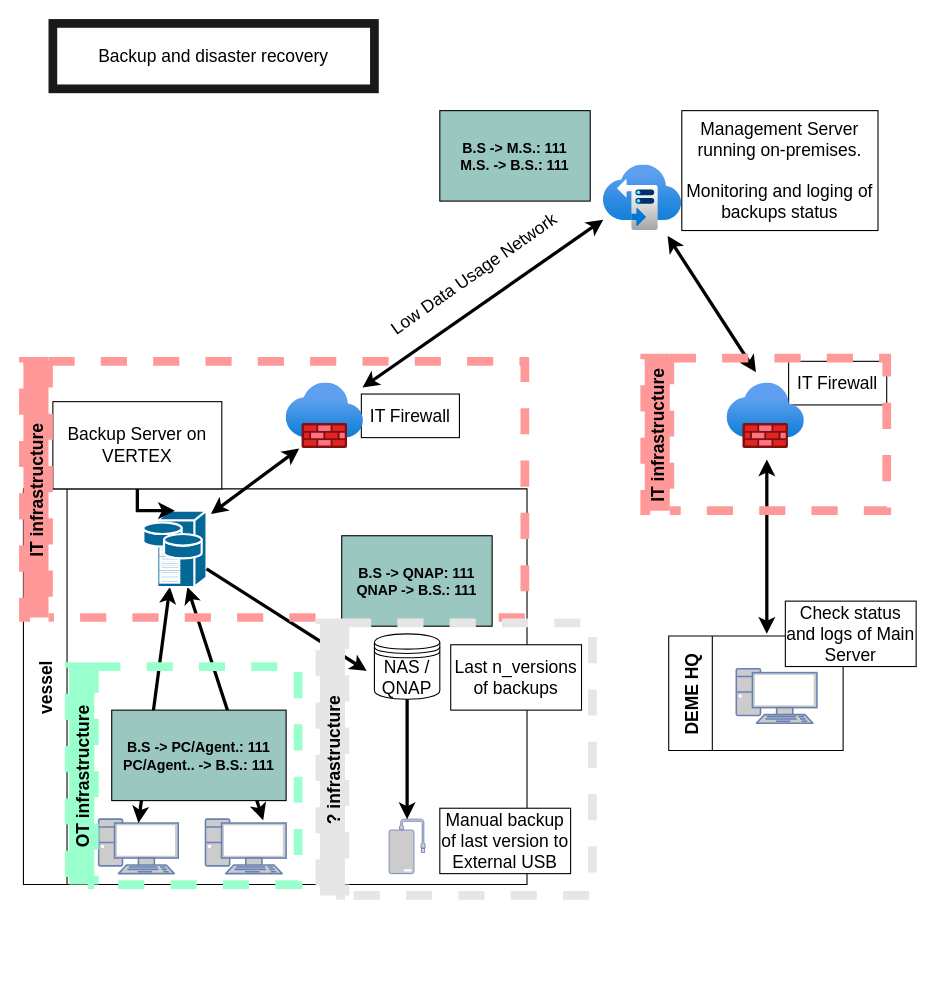
The draw.io diagram page "Page-5" (5 of 6) of Untitled Diagram.drawio in Wkurylo/docker_kubernetes_diagrams, before the edit. Source tidied: cells renumbered, new cells numbered last; positions are measured from the earlier drawing's top-left corner, leaving out a move shared by most shapes. Both pictures are drawn from the tidied source at 109%, with x=0, y=0 at pixel (23, 23).
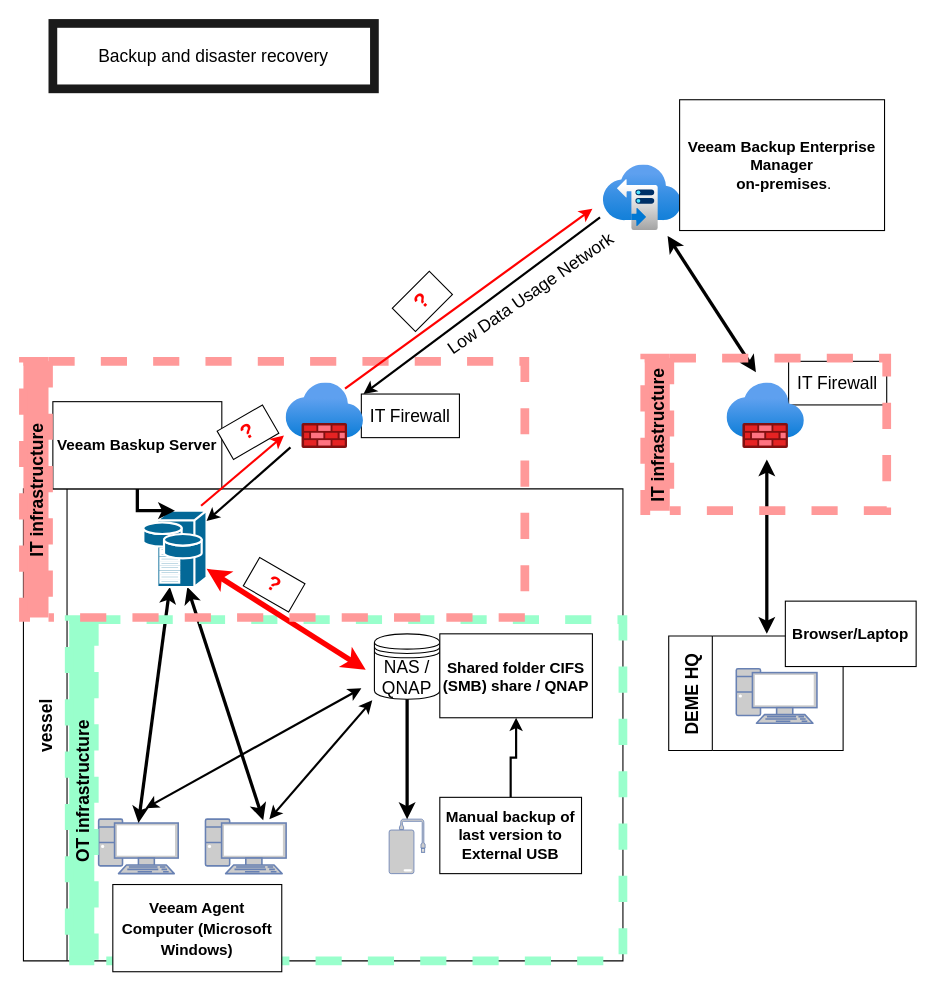
The same page after the edit.

The change refers to these unchanged cells:
```xml
<mxCell id="3" value="NAS / QNAP" style="shape=datastore;whiteSpace=wrap;html=1;fontSize=16;" parent="2" vertex="1">
  <mxGeometry x="322" y="133" width="60" height="60" as="geometry" />
</mxCell>
<mxCell id="5" style="fontColor=#0066CC;verticalAlign=top;verticalLabelPosition=bottom;labelPosition=center;align=center;html=1;outlineConnect=0;fillColor=#CCCCCC;strokeColor=#6881B3;gradientColor=none;gradientDirection=north;strokeWidth=2;shape=mxgraph.networks.pc;fontSize=16;" parent="2" vertex="1">
  <mxGeometry x="167" y="303" width="74" height="50" as="geometry" />
</mxCell>
<mxCell id="9" style="shape=mxgraph.cisco.servers.storage_server;sketch=0;html=1;dashed=0;fillColor=#036897;strokeColor=#ffffff;strokeWidth=2;verticalLabelPosition=bottom;verticalAlign=top;align=center;outlineConnect=0;fontSize=16;" parent="2" vertex="1">
  <mxGeometry x="110" y="20" width="58" height="70" as="geometry" />
</mxCell>
<mxCell id="19" style="html=1;points=[];align=center;image;fontSize=12;image=img/lib/azure2/storage/Storage_Sync_Services.svg;" parent="1" vertex="1">
  <mxGeometry x="532" y="130" width="72" height="60" as="geometry" />
</mxCell>
<mxCell id="30" value="IT infrastructure" style="swimlane;horizontal=0;dashed=1;labelBackgroundColor=none;fontSize=16;fontColor=default;fillColor=#FF9999;gradientColor=none;strokeColor=#FF9999;strokeWidth=8;" parent="1" vertex="1">
  <mxGeometry y="310" width="460" height="235" as="geometry" />
</mxCell>
<mxCell id="31" style="html=1;points=[];align=center;image;fontSize=12;image=img/lib/azure2/networking/Firewalls.svg;" parent="30" vertex="1">
  <mxGeometry x="241" y="20" width="71" height="60" as="geometry" />
</mxCell>
```

The edit, as a diff of the source:
```diff
@@
     <mxCell id="2" value="vessel" style="swimlane;horizontal=0;startSize=40;fontSize=16;" parent="1" vertex="1">
-      <mxGeometry y="427" width="462" height="363" as="geometry" />
+      <mxGeometry y="427" width="550" height="433" as="geometry" />
     </mxCell>
@@
-    <mxCell id="10" style="endArrow=classic;html=1;rounded=0;fontSize=16;entryX=-0.117;entryY=0.567;entryDx=0;entryDy=0;entryPerimeter=0;strokeWidth=3;" parent="2" edge="1" source="9" target="3">
-      <mxGeometry relative="1" as="geometry" />
-    </mxCell>
@@
     <mxCell id="12" value="OT infrastructure" style="swimlane;horizontal=0;dashed=1;labelBackgroundColor=none;fontSize=16;fontColor=default;fillColor=#99FFCC;gradientColor=none;strokeColor=#99FFCC;strokeWidth=8;" parent="2" vertex="1">
-      <mxGeometry x="42" y="163" width="210" height="200" as="geometry" />
+      <mxGeometry x="42" y="120" width="508" height="313" as="geometry" />
     </mxCell>
-    <mxCell id="13" value="&lt;div style=&quot;font-size: 13px&quot;&gt;B.S -&amp;gt; PC/Agent.: 111&lt;br style=&quot;font-size: 13px&quot;&gt;&lt;/div&gt;&lt;div style=&quot;font-size: 13px&quot;&gt;PC/Agent.. -&amp;gt; B.S.: 111&lt;br style=&quot;font-size: 13px&quot;&gt;&lt;/div&gt;" style="rounded=0;whiteSpace=wrap;html=1;fillColor=#9AC7BF;fontStyle=1;fontSize=13;" parent="12" vertex="1">
-      <mxGeometry x="39" y="40" width="160" height="83" as="geometry" />
-    </mxCell>
+    <mxCell id="38" style="endArrow=classic;startArrow=classic;html=1;rounded=0;fontSize=19;fontColor=#FF0000;strokeColor=#000000;strokeWidth=2;entryX=-0.033;entryY=1.017;entryDx=0;entryDy=0;entryPerimeter=0;" parent="12" edge="1">
+      <mxGeometry relative="1" as="geometry">
+        <mxPoint x="70" y="173" as="sourcePoint" />
+        <mxPoint x="268" y="63" as="targetPoint" />
+      </mxGeometry>
+    </mxCell>
+    <mxCell id="15" value="&lt;b style=&quot;font-size: 14px;&quot;&gt;Shared folder CIFS (SMB) share / QNAP&lt;/b&gt;" style="rounded=0;whiteSpace=wrap;html=1;fontSize=14;" parent="12" vertex="1">
+      <mxGeometry x="340" y="13" width="140" height="77" as="geometry" />
+    </mxCell>
+    <mxCell id="39" value="&lt;font style=&quot;font-size: 14px&quot;&gt;&lt;b&gt;Veeam Agent Computer (Microsoft Windows)&lt;/b&gt;&lt;/font&gt;" style="rounded=0;whiteSpace=wrap;html=1;fontSize=16;" parent="12" vertex="1">
+      <mxGeometry x="40" y="243" width="155" height="80" as="geometry" />
+    </mxCell>
+    <mxCell id="40" style="endArrow=classic;startArrow=classic;html=1;rounded=0;exitX=-0.133;exitY=0.55;exitDx=0;exitDy=0;exitPerimeter=0;strokeColor=#FF0000;strokeWidth=5;" parent="2" edge="1" source="3" target="9">
+      <mxGeometry relative="1" as="geometry" />
+    </mxCell>
+    <mxCell id="41" style="endArrow=classic;startArrow=classic;html=1;rounded=0;fontSize=19;fontColor=#FF0000;strokeColor=#000000;strokeWidth=2;entryX=-0.033;entryY=1.017;entryDx=0;entryDy=0;entryPerimeter=0;" parent="2" edge="1" source="5" target="3">
+      <mxGeometry relative="1" as="geometry" />
+    </mxCell>
+    <mxCell id="42" style="edgeStyle=orthogonalEdgeStyle;rounded=0;jettySize=auto;html=1;fontSize=19;fontColor=#FF0000;strokeColor=#000000;strokeWidth=2;" parent="1" edge="1" source="14" target="15">
+      <mxGeometry relative="1" as="geometry" />
+    </mxCell>
-    <mxCell id="14" value="Manual backup of last version to External USB" style="rounded=0;whiteSpace=wrap;html=1;fontSize=16;" parent="1" vertex="1">
-      <mxGeometry x="382" y="720" width="120" height="60" as="geometry" />
+    <mxCell id="14" value="&lt;b style=&quot;font-size: 14px;&quot;&gt;Manual backup of last version to External USB&lt;/b&gt;" style="rounded=0;whiteSpace=wrap;html=1;fontSize=14;" parent="1" vertex="1">
+      <mxGeometry x="382" y="710" width="130" height="70" as="geometry" />
     </mxCell>
-    <mxCell id="15" value="Last n_versions of backups" style="rounded=0;whiteSpace=wrap;html=1;fontSize=16;" parent="1" vertex="1">
-      <mxGeometry x="392" y="570" width="120" height="60" as="geometry" />
-    </mxCell>
-    <mxCell id="16" style="endArrow=classic;startArrow=classic;html=1;rounded=0;fontSize=16;entryX=0.169;entryY=1;entryDx=0;entryDy=0;entryPerimeter=0;strokeWidth=3;" parent="1" edge="1" target="31">
-      <mxGeometry relative="1" as="geometry">
-        <mxPoint x="172" y="450" as="sourcePoint" />
-      </mxGeometry>
-    </mxCell>
-    <mxCell id="17" style="endArrow=classic;startArrow=classic;html=1;rounded=0;fontSize=16;exitX=0.986;exitY=0.067;exitDx=0;exitDy=0;exitPerimeter=0;strokeWidth=3;" parent="1" edge="1" source="31">
-      <mxGeometry relative="1" as="geometry">
-        <mxPoint x="532" y="180" as="targetPoint" />
-      </mxGeometry>
-    </mxCell>
     <mxCell id="18" value="Low Data Usage Network" style="edgeLabel;html=1;align=center;verticalAlign=middle;fontSize=16;rotation=-35;" parent="1" vertex="1">
-      <mxGeometry x="412" y="230" as="geometry" />
+      <mxGeometry x="432" y="220" as="geometry">
+        <mxPoint x="10.2" y="41.3" as="offset" />
+      </mxGeometry>
     </mxCell>
@@
-    <mxCell id="20" value="Management Server running on-premises.&lt;br&gt;&lt;br&gt;Monitoring and loging of backups status" style="rounded=0;whiteSpace=wrap;html=1;fontSize=16;" parent="1" vertex="1">
-      <mxGeometry x="604" y="80" width="180" height="110" as="geometry" />
+    <mxCell id="20" value="&lt;div style=&quot;font-size: 14px;&quot;&gt;&lt;b style=&quot;font-size: 14px;&quot;&gt;Veeam Backup Enterprise Manager&lt;/b&gt;&lt;/div&gt;&lt;div style=&quot;font-size: 14px;&quot;&gt;&lt;b style=&quot;font-size: 14px;&quot;&gt;&amp;nbsp;on-premises&lt;/b&gt;.&lt;/div&gt;" style="rounded=0;whiteSpace=wrap;html=1;fontSize=14;" parent="1" vertex="1">
+      <mxGeometry x="602" y="70" width="188" height="120" as="geometry" />
     </mxCell>
@@
-    <mxCell id="26" value="Check status and logs of Main Server" style="rounded=0;whiteSpace=wrap;html=1;fontSize=16;" parent="1" vertex="1">
+    <mxCell id="26" value="&lt;b style=&quot;font-size: 14px;&quot;&gt;Browser/Laptop&lt;/b&gt;" style="rounded=0;whiteSpace=wrap;html=1;fontSize=14;" parent="1" vertex="1">
       <mxGeometry x="699" y="530" width="120" height="60" as="geometry" />
     </mxCell>
@@
-    <mxCell id="28" value="Backup Server on VERTEX" style="rounded=0;whiteSpace=wrap;html=1;fontSize=16;" parent="1" vertex="1">
+    <mxCell id="28" value="&lt;b style=&quot;font-size: 14px;&quot;&gt;Veeam Baskup Server&lt;/b&gt;" style="rounded=0;whiteSpace=wrap;html=1;fontSize=14;" parent="1" vertex="1">
       <mxGeometry x="27" y="347" width="155" height="80" as="geometry" />
     </mxCell>
@@
-    <mxCell id="32" value="&lt;div style=&quot;font-size: 13px&quot;&gt;B.S -&amp;gt; QNAP: 111&lt;br style=&quot;font-size: 13px&quot;&gt;&lt;/div&gt;&lt;div style=&quot;font-size: 13px&quot;&gt;QNAP -&amp;gt; B.S.: 111&lt;br style=&quot;font-size: 13px&quot;&gt;&lt;/div&gt;" style="rounded=0;whiteSpace=wrap;html=1;fillColor=#9AC7BF;fontStyle=1;fontSize=13;" parent="30" vertex="1">
-      <mxGeometry x="292" y="160" width="138" height="83" as="geometry" />
-    </mxCell>
+    <mxCell id="43" value="&lt;b&gt;&lt;font style=&quot;font-size: 19px&quot; color=&quot;#FF0000&quot;&gt;?&lt;/font&gt;&lt;/b&gt;" style="rounded=0;whiteSpace=wrap;html=1;rotation=30;" parent="30" vertex="1">
+      <mxGeometry x="206" y="190" width="48" height="30" as="geometry" />
+    </mxCell>
+    <mxCell id="44" style="endArrow=classic;html=1;rounded=0;fontSize=19;fontColor=#FF0000;strokeColor=#FF0000;strokeWidth=2;exitX=0.761;exitY=0.083;exitDx=0;exitDy=0;exitPerimeter=0;" parent="30" edge="1" source="31">
+      <mxGeometry relative="1" as="geometry">
+        <mxPoint x="522" y="-140" as="targetPoint" />
+      </mxGeometry>
+    </mxCell>
+    <mxCell id="45" style="endArrow=classic;html=1;rounded=0;fontSize=19;fontColor=#FF0000;strokeColor=#FF0000;strokeWidth=2;exitX=0.761;exitY=0.083;exitDx=0;exitDy=0;exitPerimeter=0;entryX=-0.028;entryY=0.8;entryDx=0;entryDy=0;entryPerimeter=0;" parent="30" edge="1" target="31">
+      <mxGeometry relative="1" as="geometry">
+        <mxPoint x="163" y="132.5" as="sourcePoint" />
+      </mxGeometry>
+    </mxCell>
+    <mxCell id="46" value="&lt;b&gt;&lt;font style=&quot;font-size: 19px&quot; color=&quot;#FF0000&quot;&gt;?&lt;/font&gt;&lt;/b&gt;" style="rounded=0;whiteSpace=wrap;html=1;rotation=-30;" parent="30" vertex="1">
+      <mxGeometry x="182" y="50" width="48" height="30" as="geometry" />
+    </mxCell>
@@
-    <mxCell id="35" value="? infrastructure" style="swimlane;horizontal=0;dashed=1;labelBackgroundColor=none;fontSize=16;fontColor=default;fillColor=#E6E6E6;gradientColor=none;strokeColor=#E6E6E6;strokeWidth=8;" parent="1" vertex="1">
-      <mxGeometry x="272" y="550" width="250" height="250" as="geometry" />
-    </mxCell>
@@
-    <mxCell id="37" value="&lt;div style=&quot;font-size: 13px&quot;&gt;B.S -&amp;gt; M.S.: 111&lt;br style=&quot;font-size: 13px&quot;&gt;&lt;/div&gt;&lt;div style=&quot;font-size: 13px&quot;&gt;M.S. -&amp;gt; B.S.: 111&lt;br style=&quot;font-size: 13px&quot;&gt;&lt;/div&gt;" style="rounded=0;whiteSpace=wrap;html=1;fillColor=#9AC7BF;fontStyle=1;fontSize=13;" parent="1" vertex="1">
-      <mxGeometry x="382" y="80" width="138" height="83" as="geometry" />
-    </mxCell>
+    <mxCell id="47" style="endArrow=classic;html=1;rounded=0;fontSize=19;fontColor=#FF0000;strokeColor=#000000;strokeWidth=2;entryX=1;entryY=0.167;entryDx=0;entryDy=0;entryPerimeter=0;exitX=-0.042;exitY=0.8;exitDx=0;exitDy=0;exitPerimeter=0;" parent="1" edge="1" source="19" target="31">
+      <mxGeometry relative="1" as="geometry" />
+    </mxCell>
+    <mxCell id="48" style="endArrow=classic;html=1;rounded=0;fontSize=19;fontColor=#FF0000;strokeColor=#000000;strokeWidth=2;exitX=0.056;exitY=0.983;exitDx=0;exitDy=0;exitPerimeter=0;" parent="1" edge="1" source="31" target="9">
+      <mxGeometry relative="1" as="geometry" />
+    </mxCell>
+    <mxCell id="49" value="&lt;b&gt;&lt;font style=&quot;font-size: 19px&quot; color=&quot;#FF0000&quot;&gt;?&lt;/font&gt;&lt;/b&gt;" style="rounded=0;whiteSpace=wrap;html=1;rotation=-45;direction=west;" parent="1" vertex="1">
+      <mxGeometry x="342" y="240" width="48" height="30" as="geometry" />
+    </mxCell>
```
